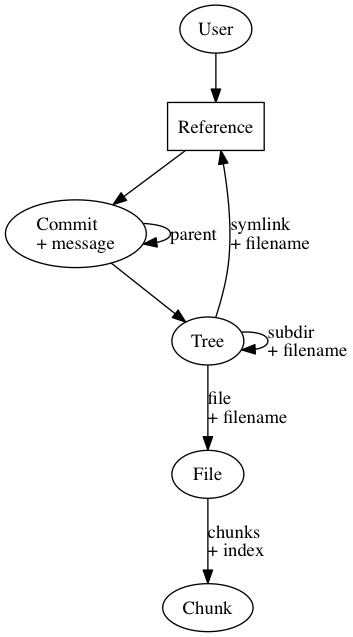
The Graphviz diagram img/data-model.png in symcloud/presentation, before a commit. Its source is kept beside it as img/data-model.dot.
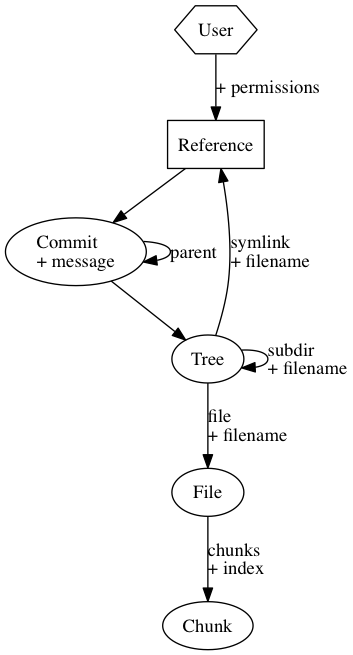
The same diagram one commit later.

What changed in the source:
```diff
@@ -1,8 +1,9 @@
 digraph symcloud {
+    User [shape = "hexagon"];
     Reference [shape = "rectangle"];
     Commit [label = "Commit\l+ message"];
 
-    User -> Reference;
+    User -> Reference [label = "+ permissions"];
     Reference -> Commit;
     Commit -> Commit [label = "parent"];
     Commit -> Tree;
```
